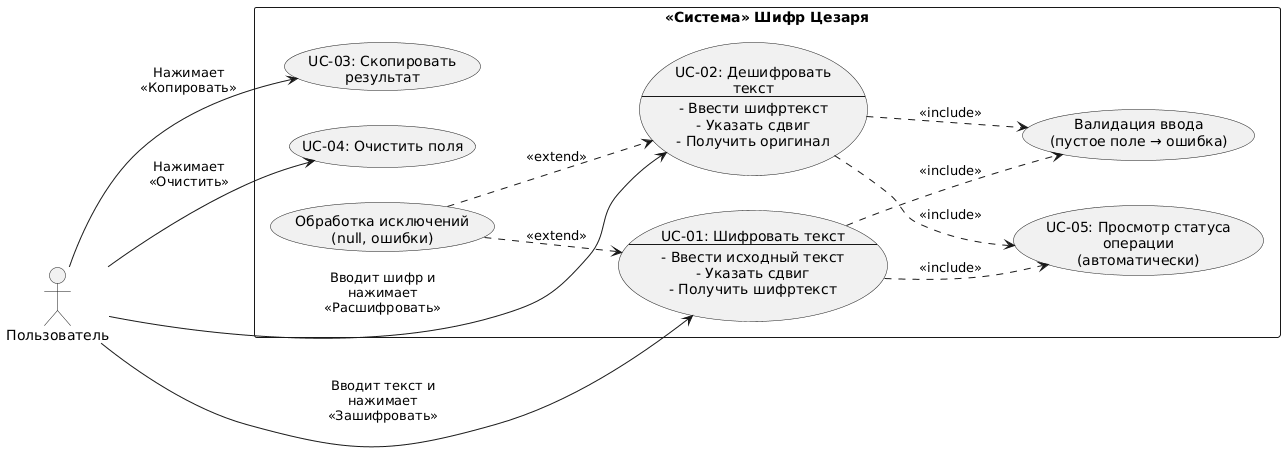
Before: usecase.png, a diagram exported from PlantUML (AlexeySS1984/CaesarCipherProject).
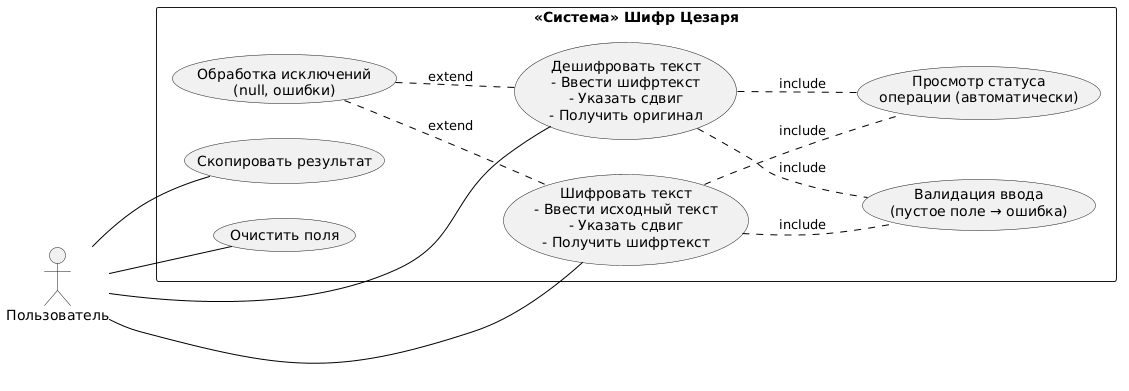
Above is the later version.

Diff of the diagram source:
```diff
@@ -1,47 +1,32 @@
 @startuml
 left to right direction
 
-skinparam packageStyle rectangle
-skinparam wrapWidth 200
-skinparam maxMessageSize 150
+skinparam ArrowHeadColor transparent
+skinparam ArrowColor black
 
-actor "Пользователь" as User
+actor Пользователь as user
 
-rectangle "<<Система>> Шифр Цезаря" {
+rectangle "«Система» Шифр Цезаря" {
+  usecase "Шифровать текст\n- Ввести исходный текст\n- Указать сдвиг\n- Получить шифртекст" as UC01
+  usecase "Дешифровать текст\n- Ввести шифртекст\n- Указать сдвиг\n- Получить оригинал" as UC02
+  usecase "Скопировать результат" as UC03
+  usecase "Очистить поля" as UC04
+  usecase "Обработка исключений\n(null, ошибки)" as EX
 
-    usecase UC1 as "UC-01: Шифровать текст
---
-- Ввести исходный текст
-- Указать сдвиг
-- Получить шифртекст"
-
-    usecase UC2 as "UC-02: Дешифровать текст
---
-- Ввести шифртекст
-- Указать сдвиг
-- Получить оригинал"
-
-    usecase UC3 as "UC-03: Скопировать\nрезультат"
-    usecase UC4 as "UC-04: Очистить поля"
-
-    usecase UC5 as "UC-05: Просмотр статуса\nоперации\n(автоматически)"
-
-    usecase Validation as "Валидация ввода\n(пустое поле → ошибка)"
-
-    usecase Exceptions as "Обработка исключений\n(null, ошибки)"
-
-    UC1 ..> Validation : <<include>>
-    UC2 ..> Validation : <<include>>
-
-    UC1 ..> UC5 : <<include>>
-    UC2 ..> UC5 : <<include>>
-
-    Exceptions ..> UC1 : <<extend>>
-    Exceptions ..> UC2 : <<extend>>
+  usecase "Валидация ввода\n(пустое поле → ошибка)" as VAL
+  usecase "Просмотр статуса\nоперации (автоматически)" as UC05
 }
 
-User --> UC3 : "Нажимает\n«Копировать»"
-User --> UC4 : "Нажимает\n«Очистить»"
-User --> UC2 : "Вводит шифр и\nнажимает\n«Расшифровать»"
-User --> UC1 : "Вводит текст и\nнажимает\n«Зашифровать»"
+user -- UC01
+user -- UC02
+user -- UC03
+user -- UC04
+
+EX .. UC01 : extend
+EX .. UC02 : extend
+
+UC01 .. VAL : include
+UC02 .. VAL : include
+UC01 .. UC05 : include
+UC02 .. UC05 : include
 @enduml
```
